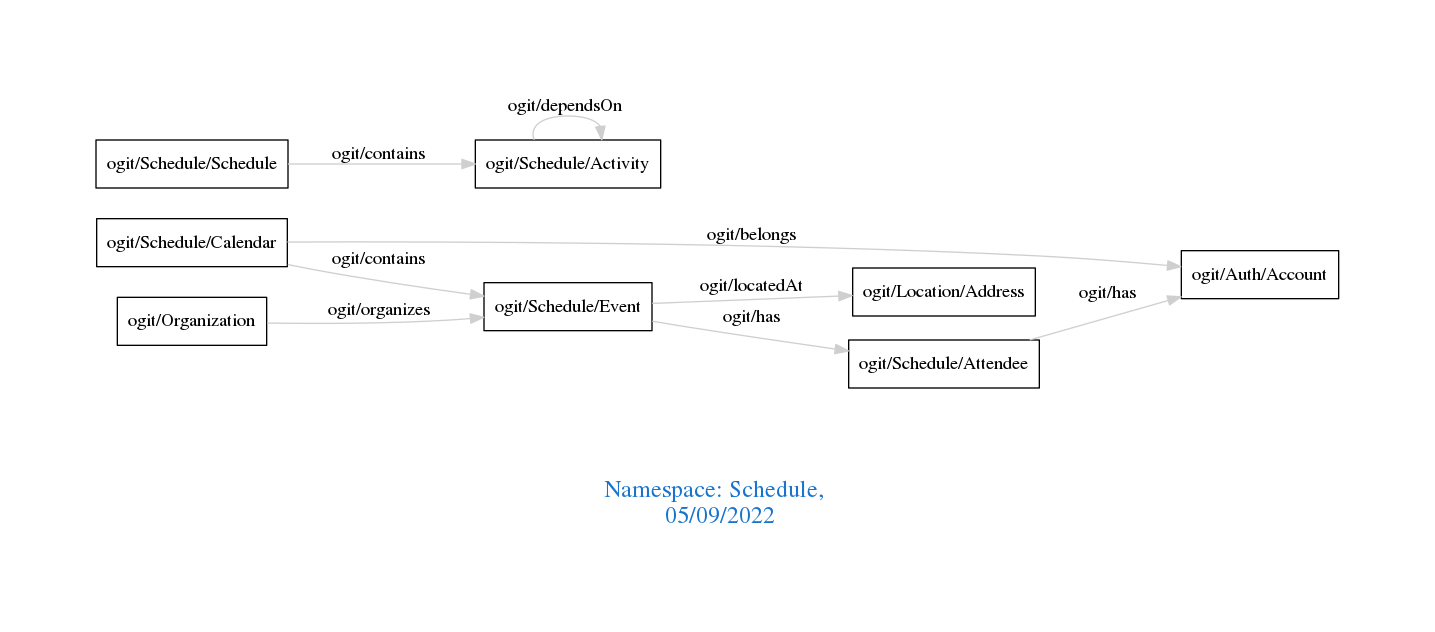
Above: downloads/Schedule.png in arago/OGIT (Graphviz), before the change. Its source is kept beside it as downloads/Schedule.dot.
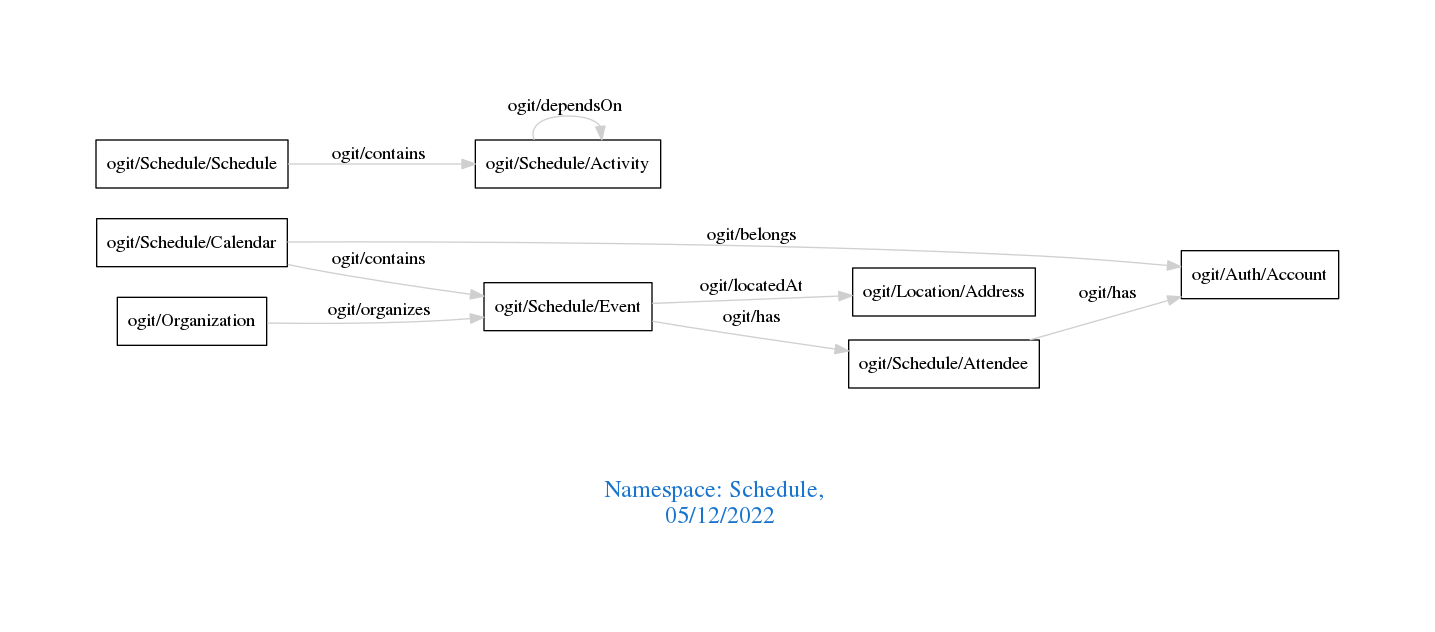
Later version of the same file.

What changed in the source:
```diff
@@ -1,7 +1,7 @@
 digraph OGIT_ontology {
  graph [ rankdir= LR,pad=1
 fontsize = 18,
-fontcolor= dodgerblue3,label = "\n\n\nNamespace: Schedule, \n 05/09/2022"];
+fontcolor= dodgerblue3,label = "\n\n\nNamespace: Schedule, \n 05/12/2022"];
 node[shape=polygon];
 edge [  color="gray81"];
 
```
